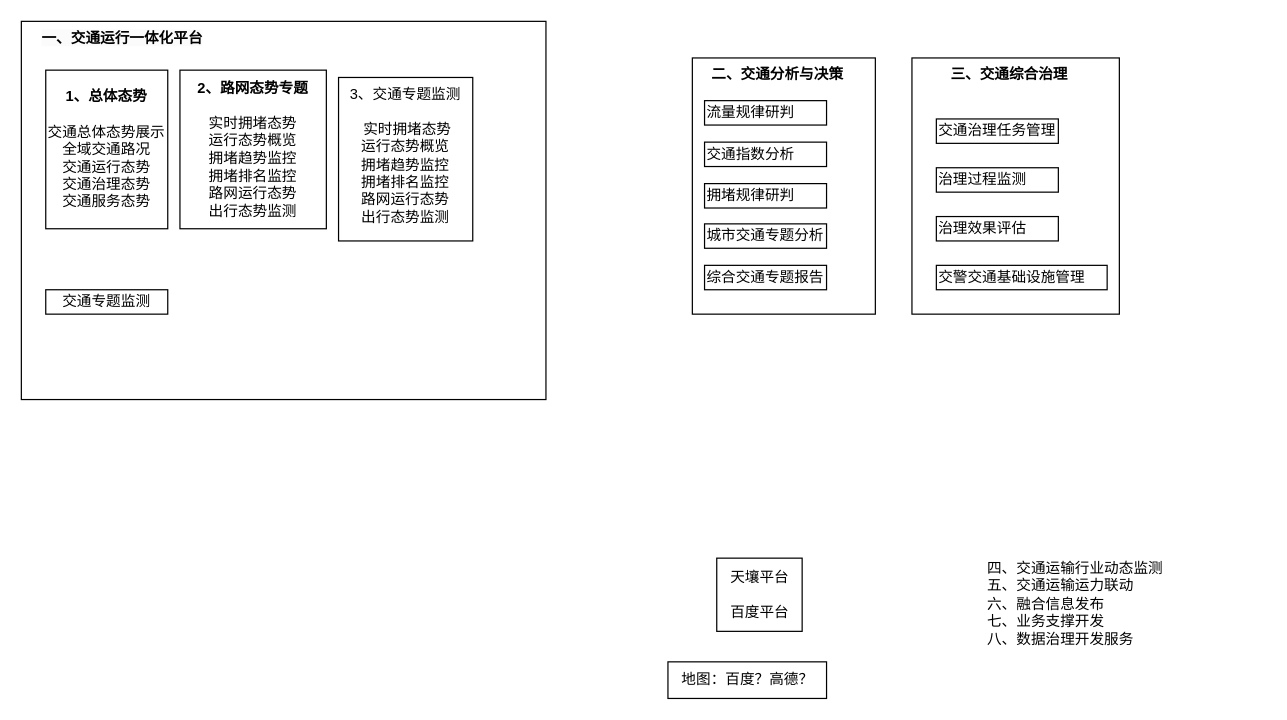
The draw.io diagram page "第 1 页 的副本" (2 of 2) of 长春智慧交通一体化系统.drawio in bj-ehualu/drawio, before the edit. Source tidied: cells renumbered, new cells numbered last; positions are measured from the earlier drawing's top-left corner, leaving out a move shared by most shapes. Both pictures are drawn from the tidied source at 122%, with x=0, y=0 at pixel (21, 21).
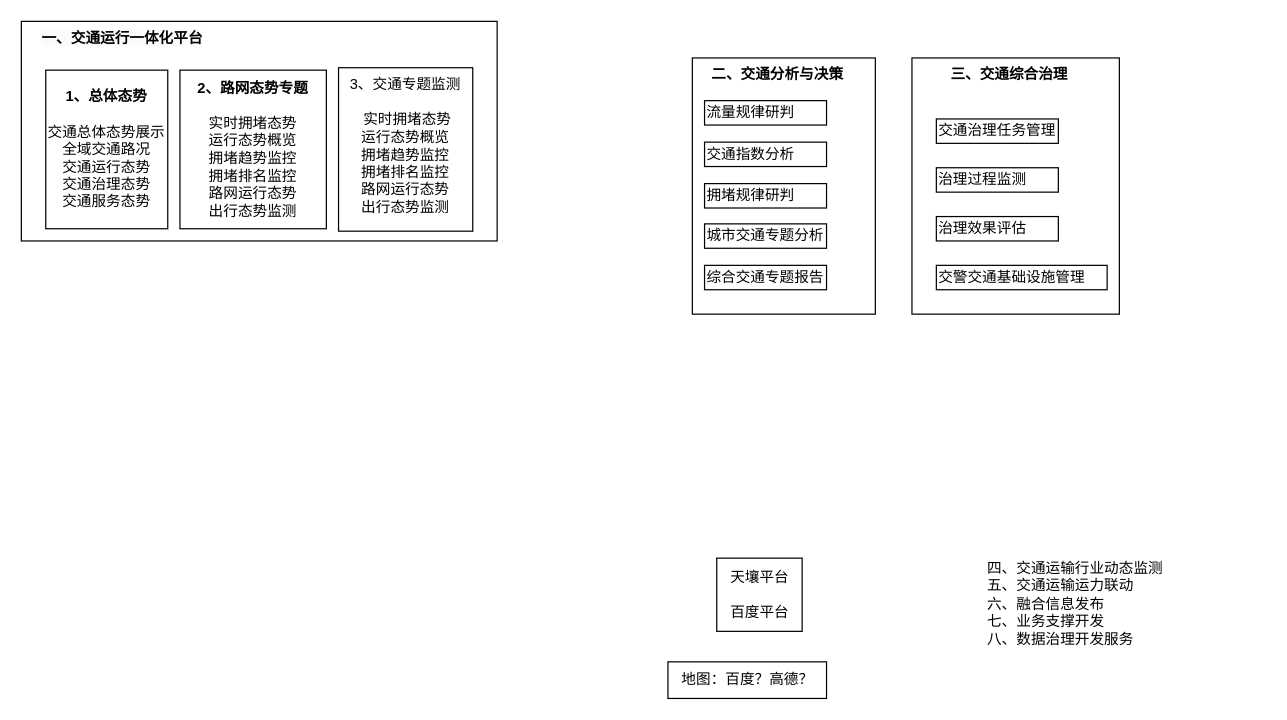
After the change.

Commit message:
更新长春智慧交通一体化系统.drawio

What changed in the source:
```diff
@@
     <mxCell id="4" style="rounded=0;whiteSpace=wrap;html=1;" parent="1" vertex="1">
-      <mxGeometry width="430" height="310" as="geometry" />
+      <mxGeometry width="390" height="180" as="geometry" />
     </mxCell>
@@
-    <mxCell id="9" value="&lt;span style=&quot;text-align: left;&quot;&gt;交通专题监测&lt;/span&gt;" style="rounded=0;whiteSpace=wrap;html=1;verticalAlign=middle;" parent="1" vertex="1">
-      <mxGeometry x="20" y="220" width="100" height="20" as="geometry" />
-    </mxCell>
@@
     <mxCell id="22" value="3、交通专题监测&#10;&#10; 实时拥堵态势&#10;运行态势概览&#10;拥堵趋势监控&#10;拥堵排名监控&#10;路网运行态势&#10;出行态势监测" style="text;whiteSpace=wrap;strokeColor=default;fontStyle=0;align=center;" parent="1" vertex="1">
-      <mxGeometry x="260" y="46" width="110" height="134" as="geometry" />
+      <mxGeometry x="260" y="38" width="110" height="134" as="geometry" />
     </mxCell>
```
